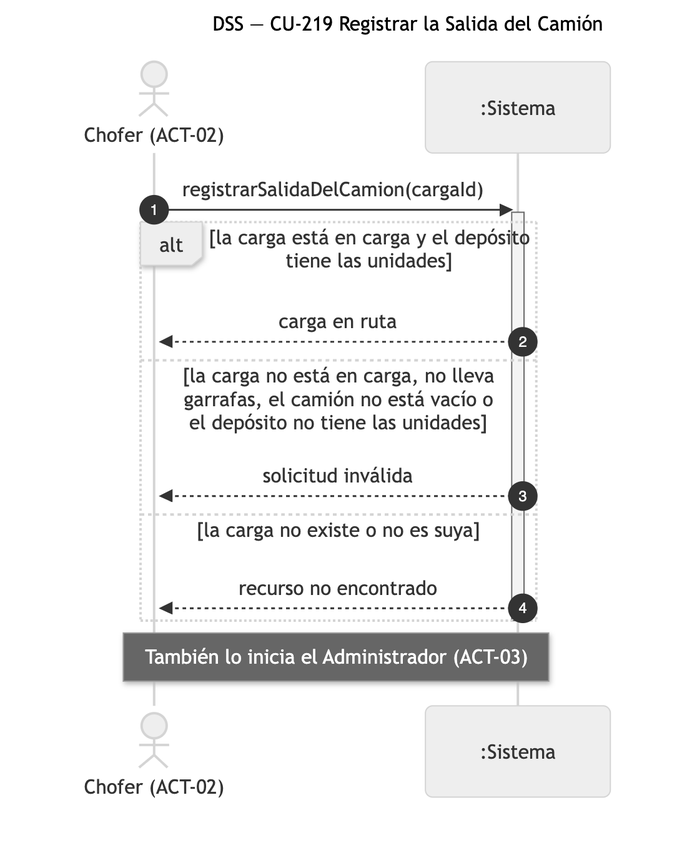
Earlier version of the Mermaid export diagramas/png/DSS_CU-219_Registrar-la-Salida-del-Camion.png (Nahuelito-Dev/splg-docs). Its source is kept beside it as diagramas/DSS_CU-219_Registrar-la-Salida-del-Camion.mmd.
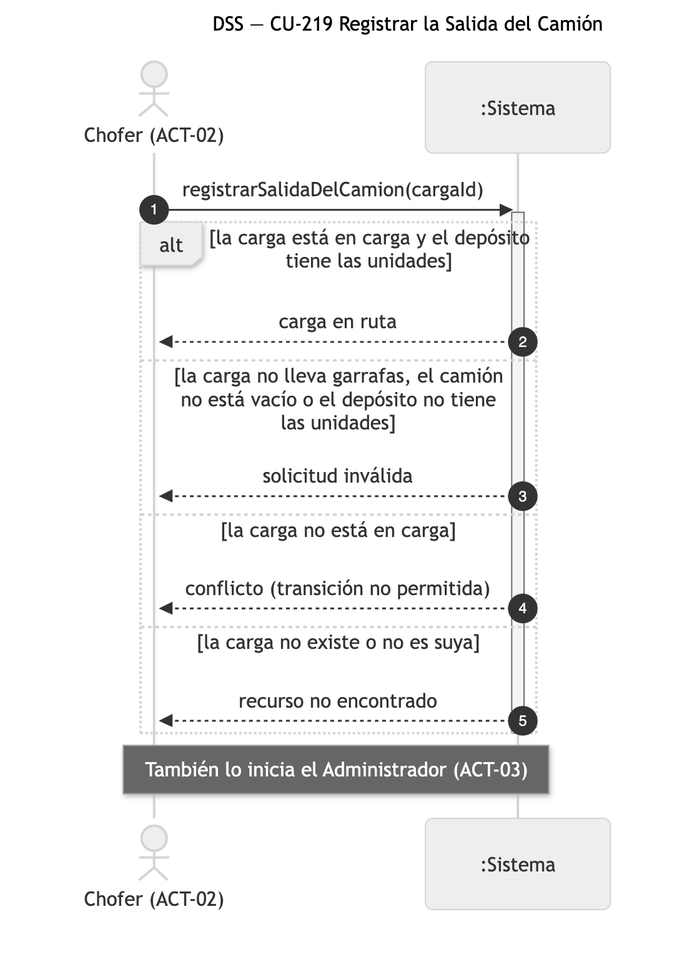
After the commit.

Diff of the diagram source:
```diff
@@ -8,8 +8,10 @@
     activate SIS
     alt la carga está en carga y el depósito tiene las unidades
         SIS-->>CHO: carga en ruta
-    else la carga no está en carga, no lleva garrafas, el camión no está vacío o el depósito no tiene las unidades
+    else la carga no lleva garrafas, el camión no está vacío o el depósito no tiene las unidades
         SIS-->>CHO: solicitud inválida
+    else la carga no está en carga
+        SIS-->>CHO: conflicto (transición no permitida)
     else la carga no existe o no es suya
         SIS-->>CHO: recurso no encontrado
     end
```
